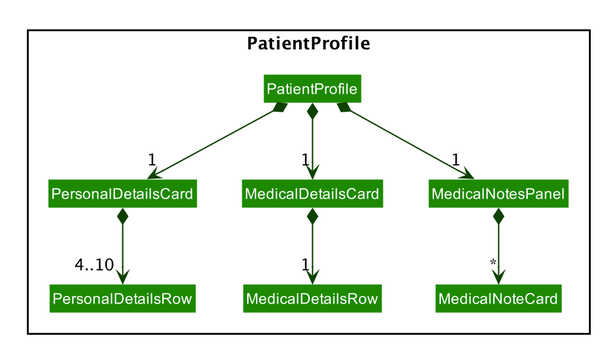
Before: docs/images/PatientProfileClassDiagram.png, a diagram exported from PlantUML (wang-jun-hao/tp).
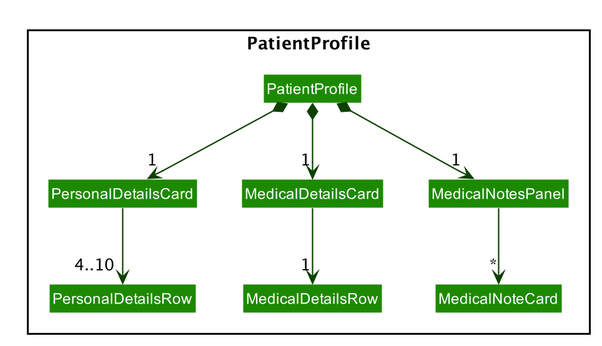
After the change.

Commit message:
Remove composition for some classes in class diagrams

The edit, as a diff of the source:
```diff
@@ -65,8 +65,8 @@
 PatientProfile *--> "1" MedicalDetailsCard
 PatientProfile *--> "1" MedicalNotesPanel
 
-PersonalDetailsCard *--> "4..10" PersonalDetailsRow
-MedicalDetailsCard *--> "1" MedicalDetailsRow
-MedicalNotesPanel *--> "*" MedicalNoteCard
+PersonalDetailsCard --> "4..10" PersonalDetailsRow
+MedicalDetailsCard --> "1" MedicalDetailsRow
+MedicalNotesPanel --> "*" MedicalNoteCard
 
 @enduml
```
